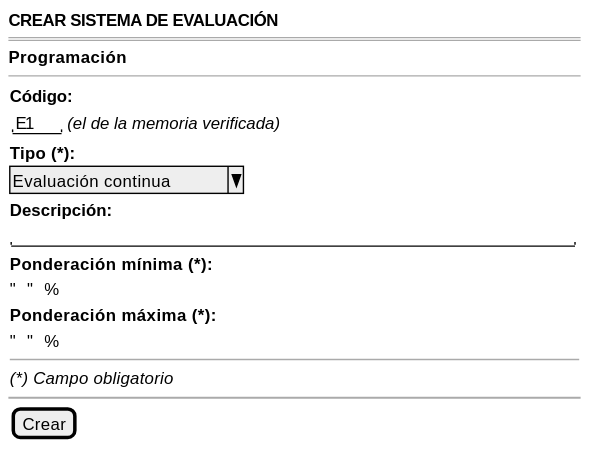
Above: images/RUP/01-requisitos/03-detalle-casos-uso/crearSistemaEvaluacion/wireframe.svg in mmasias/pyCeldaPublico (PlantUML), before the change.
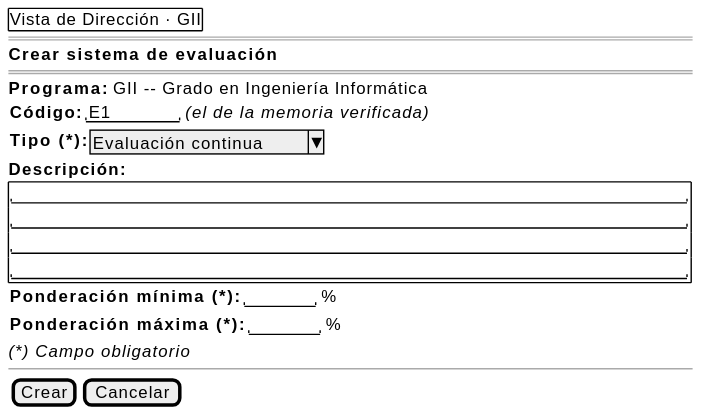
After the commit.

Change to the diagram source:
```diff
@@ -1,24 +1,31 @@
 @startsalt crearSistemaEvaluacion-wireframe
 {
-    <b>CREAR SISTEMA DE EVALUACIÓN</b>
+    {+ Vista de Dirección · GII }
     ====
-    <b>Programación</b>
+    <b>Crear sistema de evaluación</b>
+    ====
+    <b>Programa:</b> GII -- Grado en Ingeniería Informática
+    {
+        <b>Código:</b> | "E1      " | <i>(el de la memoria verificada)</i>
+    }
+    {
+        <b>Tipo (*):</b> | ^Evaluación continua^
+    }
+    <b>Descripción:</b>
+    {+
+        "                                                            "
+        "                                                            "
+        "                                                            "
+        "                                                            "
+    }
+    {
+        <b>Ponderación mínima (*):</b> | "      " | %
+    }
+    {
+        <b>Ponderación máxima (*):</b> | "      " | %
+    }
+    <i>(*) Campo obligatorio</i>
     --
-    {
-        <b>Código:</b>
-        {"E1  " | <i>(el de la memoria verificada)</i>}
-        <b>Tipo (*):</b>
-        ^Evaluación continua^
-        <b>Descripción:</b>
-        "                                                  "
-        <b>Ponderación mínima (*):</b>
-        "    " %
-        <b>Ponderación máxima (*):</b>
-        "    " %
-        --
-        <i>(*) Campo obligatorio</i>
-    }
-    ~~
-    {[Crear]}
+    {[Crear] | [Cancelar]}
 }
 @endsalt
```
